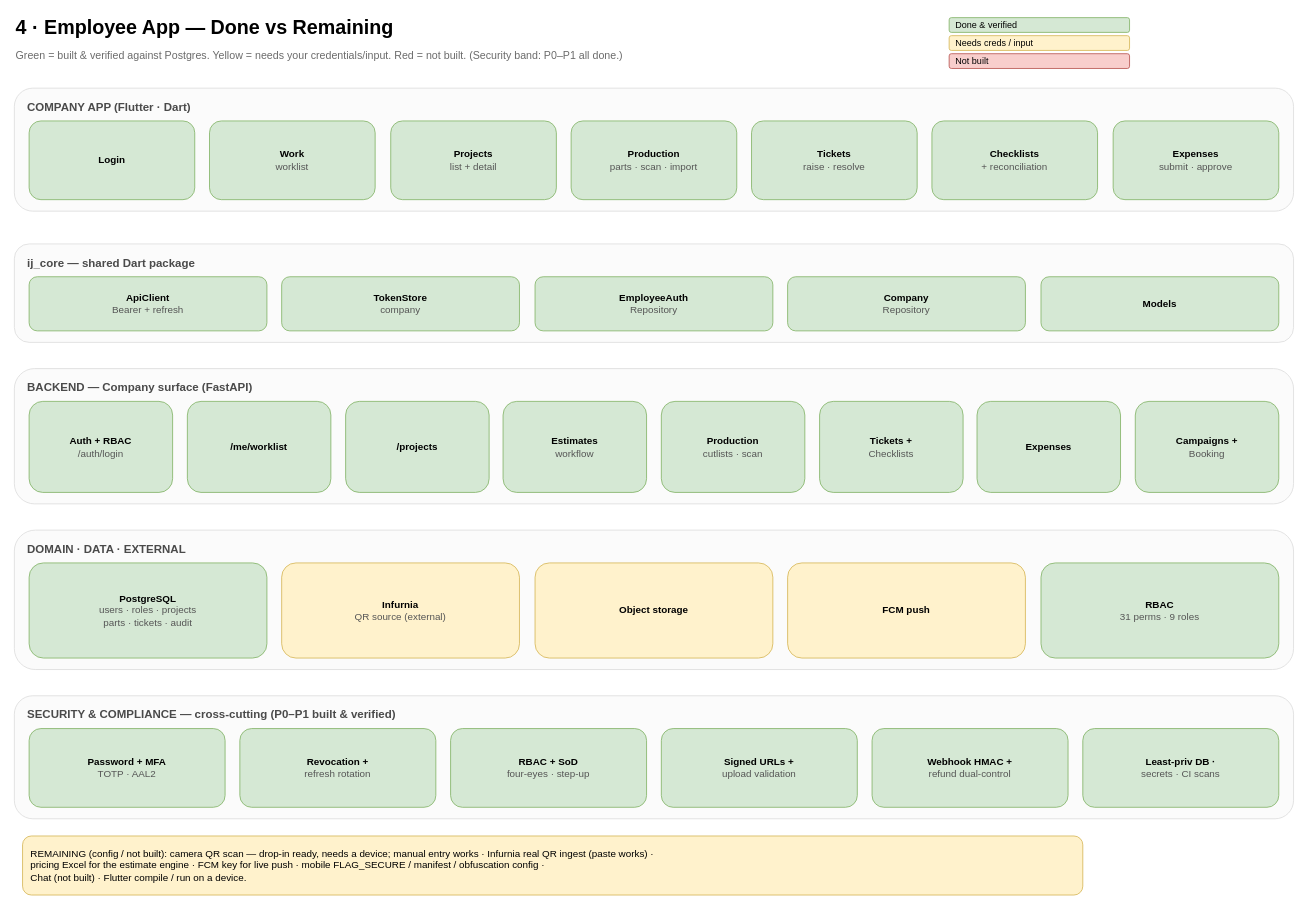
yogeshpphl01/interio-junction-crm keeps this draw.io diagram as docs/mobile-apps/diagrams/4_employee_app_progress.drawio. Above is the earlier version. Source tidied: cells renumbered, new cells numbered last; positions are measured from the earlier drawing's top-left corner, leaving out a move shared by most shapes. Both pictures are drawn from the tidied source at 82%, with x=0, y=0 at pixel (14, 14).
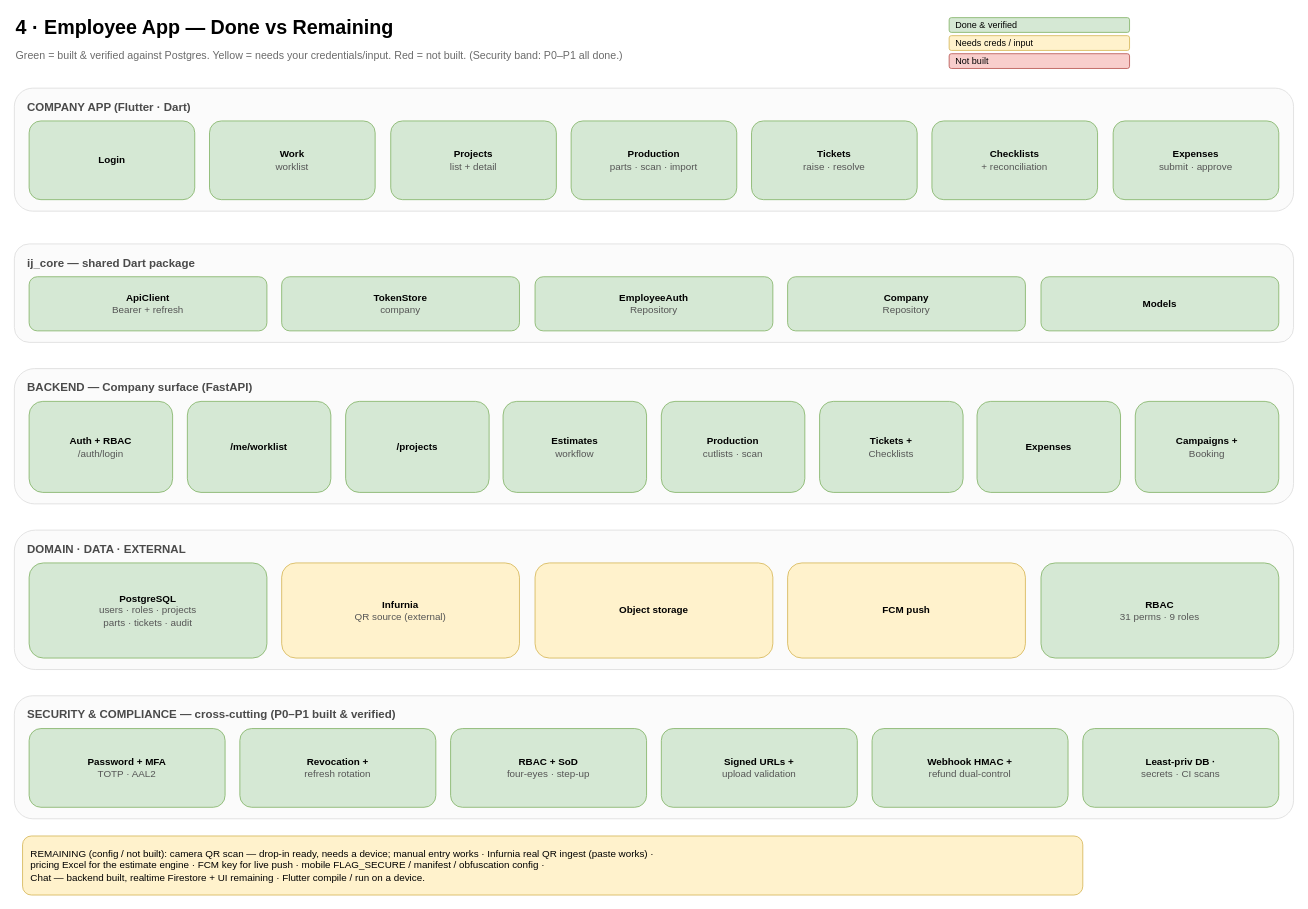
The same page after the edit.

Commit message (it also covers changes not shown here):
docs(diagrams): Chat backend now built (progress notes)

What changed in the source:
```diff
@@
-    <mxCell id="43" value="REMAINING (config / not built):  camera QR scan — drop-in ready, needs a device; manual entry works · Infurnia real QR ingest (paste works) ·&#10;pricing Excel for the estimate engine · FCM key for live push · mobile FLAG_SECURE / manifest / obfuscation config ·&#10;Chat (not built) · Flutter compile / run on a device." style="rounded=1;whiteSpace=wrap;html=1;fillColor=#FFF2CC;strokeColor=#D6B656;align=left;spacingLeft=8;fontSize=12;" parent="1" vertex="1">
+    <mxCell id="43" value="REMAINING (config / not built):  camera QR scan — drop-in ready, needs a device; manual entry works · Infurnia real QR ingest (paste works) ·&#10;pricing Excel for the estimate engine · FCM key for live push · mobile FLAG_SECURE / manifest / obfuscation config ·&#10;Chat — backend built, realtime Firestore + UI remaining · Flutter compile / run on a device." style="rounded=1;whiteSpace=wrap;html=1;fillColor=#FFF2CC;strokeColor=#D6B656;align=left;spacingLeft=8;fontSize=12;" parent="1" vertex="1">
       <mxGeometry x="10" y="1002" width="1293" height="72" as="geometry" />
     </mxCell>
```
